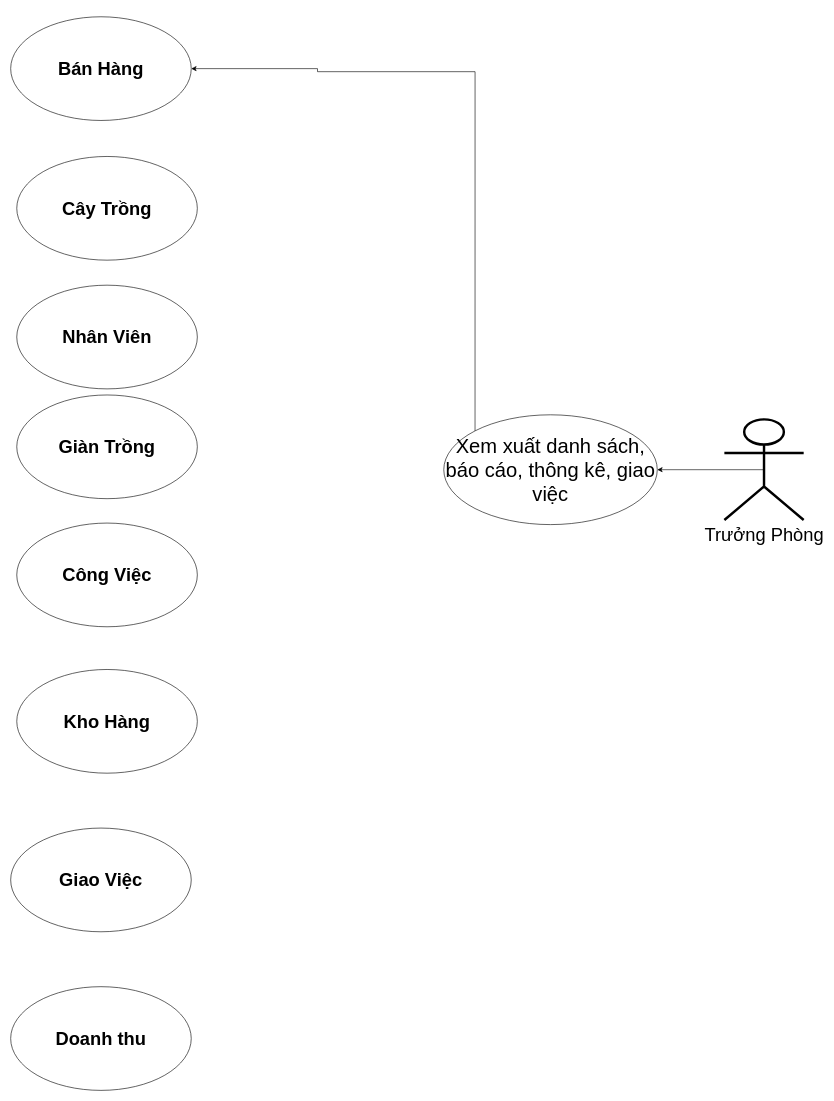
The draw.io diagram page "Trưởng Phòng" (4 of 4) of FarmSys/Document_nhom1/UserCase_FarmSys_Nhom1.drawio in chunn24/Duan1, before the edit. Source tidied: cells renumbered, new cells numbered last; positions are measured from the earlier drawing's top-left corner, leaving out a move shared by most shapes. Both pictures are drawn from the tidied source at 61%, with x=0, y=0 at pixel (10, 16).
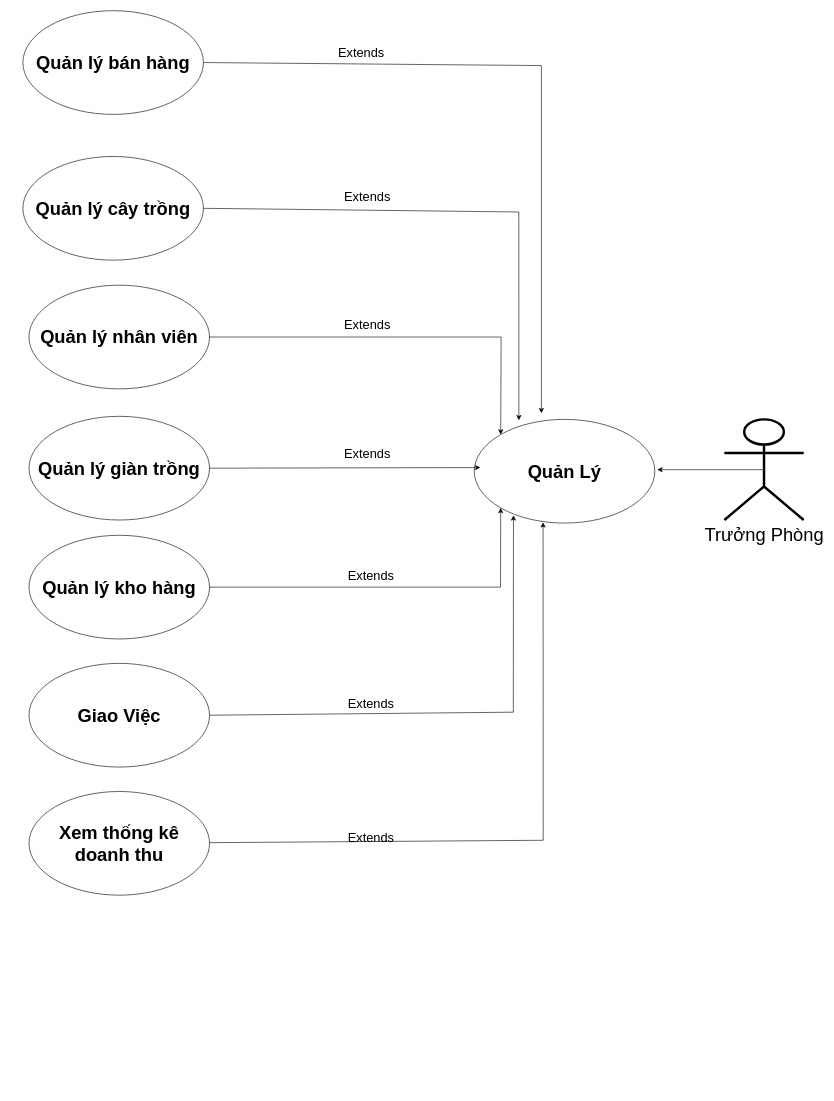
Above is the later version.

The change refers to these unchanged cells:
```xml
<mxCell id="3" value="&lt;font style=&quot;font-size: 30px&quot;&gt;Trưởng Phòng&lt;/font&gt;" style="shape=umlActor;verticalLabelPosition=bottom;verticalAlign=top;html=1;outlineConnect=0;strokeWidth=4;" parent="1" vertex="1">
  <mxGeometry x="1170" y="660" width="130" height="165" as="geometry" />
</mxCell>
```

Diff of the diagram source:
```diff
@@
-    <mxCell id="2" style="edgeStyle=orthogonalEdgeStyle;rounded=0;jettySize=auto;html=1;exitX=0.5;exitY=0.5;exitDx=0;exitDy=0;exitPerimeter=0;entryX=1;entryY=0.5;entryDx=0;entryDy=0;" parent="1" edge="1" source="3" target="13">
-      <mxGeometry relative="1" as="geometry" />
+    <mxCell id="2" style="edgeStyle=orthogonalEdgeStyle;rounded=0;jettySize=auto;html=1;exitX=0.5;exitY=0.5;exitDx=0;exitDy=0;exitPerimeter=0;entryX=1;entryY=0.5;entryDx=0;entryDy=0;" parent="1" edge="1" source="3">
+      <mxGeometry relative="1" as="geometry">
+        <mxPoint x="1060" y="742.5" as="targetPoint" />
+      </mxGeometry>
     </mxCell>
@@
-    <mxCell id="4" value="Bán Hàng" style="ellipse;whiteSpace=wrap;html=1;fontSize=30;fontStyle=1;" parent="1" vertex="1">
-      <mxGeometry width="296" height="170" as="geometry" />
+    <mxCell id="4" value="Quản lý bán hàng" style="ellipse;whiteSpace=wrap;html=1;fontSize=30;fontStyle=1;" parent="1" vertex="1">
+      <mxGeometry x="20" y="-10" width="296" height="170" as="geometry" />
     </mxCell>
-    <mxCell id="5" value="Doanh thu" style="ellipse;whiteSpace=wrap;html=1;fontSize=30;fontStyle=1;" parent="1" vertex="1">
-      <mxGeometry y="1590" width="296" height="170" as="geometry" />
+    <mxCell id="5" value="Xem thống kê doanh thu" style="ellipse;whiteSpace=wrap;html=1;fontSize=30;fontStyle=1;" parent="1" vertex="1">
+      <mxGeometry x="30" y="1270" width="296" height="170" as="geometry" />
     </mxCell>
     <mxCell id="6" value="Giao Việc" style="ellipse;whiteSpace=wrap;html=1;fontSize=30;fontStyle=1;" parent="1" vertex="1">
-      <mxGeometry y="1330" width="296" height="170" as="geometry" />
+      <mxGeometry x="30" y="1060" width="296" height="170" as="geometry" />
     </mxCell>
-    <mxCell id="7" value="Kho Hàng" style="ellipse;whiteSpace=wrap;html=1;fontSize=30;fontStyle=1;" parent="1" vertex="1">
-      <mxGeometry x="10" y="1070" width="296" height="170" as="geometry" />
+    <mxCell id="7" value="Quản lý kho hàng" style="ellipse;whiteSpace=wrap;html=1;fontSize=30;fontStyle=1;" parent="1" vertex="1">
+      <mxGeometry x="30" y="850" width="296" height="170" as="geometry" />
     </mxCell>
-    <mxCell id="8" value="Công Việc" style="ellipse;whiteSpace=wrap;html=1;fontSize=30;fontStyle=1;" parent="1" vertex="1">
-      <mxGeometry x="10" y="830" width="296" height="170" as="geometry" />
-    </mxCell>
-    <mxCell id="9" value="Giàn Trồng" style="ellipse;whiteSpace=wrap;html=1;fontSize=30;fontStyle=1;" parent="1" vertex="1">
-      <mxGeometry x="10" y="620" width="296" height="170" as="geometry" />
+    <mxCell id="9" value="Quản lý giàn trồng" style="ellipse;whiteSpace=wrap;html=1;fontSize=30;fontStyle=1;" parent="1" vertex="1">
+      <mxGeometry x="30" y="655" width="296" height="170" as="geometry" />
     </mxCell>
-    <mxCell id="10" value="Cây Trồng" style="ellipse;whiteSpace=wrap;html=1;fontSize=30;fontStyle=1;" parent="1" vertex="1">
-      <mxGeometry x="10" y="229" width="296" height="170" as="geometry" />
+    <mxCell id="10" value="Quản lý cây trồng" style="ellipse;whiteSpace=wrap;html=1;fontSize=30;fontStyle=1;" parent="1" vertex="1">
+      <mxGeometry x="20" y="229" width="296" height="170" as="geometry" />
     </mxCell>
-    <mxCell id="11" value="Nhân Viên" style="ellipse;whiteSpace=wrap;html=1;fontSize=30;fontStyle=1;" parent="1" vertex="1">
-      <mxGeometry x="10" y="440" width="296" height="170" as="geometry" />
+    <mxCell id="11" value="Quản lý nhân viên" style="ellipse;whiteSpace=wrap;html=1;fontSize=30;fontStyle=1;" parent="1" vertex="1">
+      <mxGeometry x="30" y="440" width="296" height="170" as="geometry" />
     </mxCell>
-    <mxCell id="12" style="edgeStyle=orthogonalEdgeStyle;rounded=0;jettySize=auto;html=1;exitX=0;exitY=0;exitDx=0;exitDy=0;entryX=1;entryY=0.5;entryDx=0;entryDy=0;" parent="1" edge="1" source="13" target="4">
-      <mxGeometry relative="1" as="geometry">
-        <Array as="points">
-          <mxPoint x="761" y="90" />
-          <mxPoint x="503" y="90" />
-          <mxPoint x="503" y="85" />
-        </Array>
-      </mxGeometry>
-    </mxCell>
-    <mxCell id="13" value="&lt;font style=&quot;font-size: 33px&quot;&gt;Xem xuất danh sách, báo cáo, thông kê, giao việc&lt;/font&gt;" style="ellipse;whiteSpace=wrap;html=1;" parent="1" vertex="1">
-      <mxGeometry x="710" y="652.5" width="350" height="180" as="geometry" />
-    </mxCell>
+    <mxCell id="14" value="Quản Lý" style="ellipse;whiteSpace=wrap;html=1;fontSize=30;fontStyle=1;" parent="1" vertex="1">
+      <mxGeometry x="760" y="660" width="296" height="170" as="geometry" />
+    </mxCell>
+    <mxCell id="15" style="endArrow=classic;html=1;rounded=0;exitX=1;exitY=0.5;exitDx=0;exitDy=0;" parent="1" edge="1" source="4">
+      <mxGeometry relative="1" as="geometry">
+        <mxPoint x="870" y="650" as="targetPoint" />
+        <Array as="points">
+          <mxPoint x="870" y="80" />
+        </Array>
+      </mxGeometry>
+    </mxCell>
+    <mxCell id="16" style="endArrow=classic;html=1;rounded=0;entryX=0.247;entryY=0.009;entryDx=0;entryDy=0;entryPerimeter=0;exitX=1;exitY=0.5;exitDx=0;exitDy=0;" parent="1" edge="1" source="10" target="14">
+      <mxGeometry relative="1" as="geometry">
+        <Array as="points">
+          <mxPoint x="833" y="320" />
+        </Array>
+      </mxGeometry>
+    </mxCell>
+    <mxCell id="17" style="endArrow=classic;html=1;rounded=0;entryX=0;entryY=0;entryDx=0;entryDy=0;exitX=1;exitY=0.5;exitDx=0;exitDy=0;" parent="1" edge="1" source="11" target="14">
+      <mxGeometry relative="1" as="geometry">
+        <Array as="points">
+          <mxPoint x="804" y="525" />
+        </Array>
+      </mxGeometry>
+    </mxCell>
+    <mxCell id="18" style="endArrow=classic;html=1;rounded=0;exitX=1;exitY=0.5;exitDx=0;exitDy=0;" parent="1" edge="1" source="9">
+      <mxGeometry relative="1" as="geometry">
+        <mxPoint x="770" y="739" as="targetPoint" />
+      </mxGeometry>
+    </mxCell>
+    <mxCell id="19" style="endArrow=classic;html=1;rounded=0;entryX=0;entryY=1;entryDx=0;entryDy=0;exitX=1;exitY=0.5;exitDx=0;exitDy=0;" parent="1" edge="1" source="7" target="14">
+      <mxGeometry relative="1" as="geometry">
+        <Array as="points">
+          <mxPoint x="803" y="935" />
+        </Array>
+      </mxGeometry>
+    </mxCell>
+    <mxCell id="20" style="endArrow=classic;html=1;rounded=0;exitX=1;exitY=0.5;exitDx=0;exitDy=0;entryX=0.217;entryY=0.925;entryDx=0;entryDy=0;entryPerimeter=0;" parent="1" edge="1" source="6" target="14">
+      <mxGeometry relative="1" as="geometry">
+        <Array as="points">
+          <mxPoint x="824" y="1140" />
+        </Array>
+      </mxGeometry>
+    </mxCell>
+    <mxCell id="21" style="endArrow=classic;html=1;rounded=0;entryX=0.381;entryY=0.992;entryDx=0;entryDy=0;entryPerimeter=0;" parent="1" edge="1" source="5" target="14">
+      <mxGeometry relative="1" as="geometry">
+        <Array as="points">
+          <mxPoint x="873" y="1350" />
+        </Array>
+      </mxGeometry>
+    </mxCell>
+    <mxCell id="22" value="&lt;font style=&quot;font-size: 21px&quot;&gt;Extends&lt;/font&gt;" style="text;html=1;strokeColor=none;fillColor=none;align=center;verticalAlign=middle;whiteSpace=wrap;rounded=0;" parent="1" vertex="1">
+      <mxGeometry x="440" y="44" width="270" height="30" as="geometry" />
+    </mxCell>
+    <mxCell id="23" value="&lt;font style=&quot;font-size: 21px&quot;&gt;Extends&lt;/font&gt;" style="text;html=1;strokeColor=none;fillColor=none;align=center;verticalAlign=middle;whiteSpace=wrap;rounded=0;" parent="1" vertex="1">
+      <mxGeometry x="450" y="280" width="270" height="30" as="geometry" />
+    </mxCell>
+    <mxCell id="24" value="&lt;font style=&quot;font-size: 21px&quot;&gt;Extends&lt;/font&gt;" style="text;html=1;strokeColor=none;fillColor=none;align=center;verticalAlign=middle;whiteSpace=wrap;rounded=0;" parent="1" vertex="1">
+      <mxGeometry x="450" y="490" width="270" height="30" as="geometry" />
+    </mxCell>
+    <mxCell id="25" value="&lt;font style=&quot;font-size: 21px&quot;&gt;Extends&lt;/font&gt;" style="text;html=1;strokeColor=none;fillColor=none;align=center;verticalAlign=middle;whiteSpace=wrap;rounded=0;" parent="1" vertex="1">
+      <mxGeometry x="450" y="700" width="270" height="30" as="geometry" />
+    </mxCell>
+    <mxCell id="26" value="&lt;font style=&quot;font-size: 21px&quot;&gt;Extends&lt;/font&gt;" style="text;html=1;strokeColor=none;fillColor=none;align=center;verticalAlign=middle;whiteSpace=wrap;rounded=0;" parent="1" vertex="1">
+      <mxGeometry x="456" y="900" width="270" height="30" as="geometry" />
+    </mxCell>
+    <mxCell id="27" value="&lt;font style=&quot;font-size: 21px&quot;&gt;Extends&lt;/font&gt;" style="text;html=1;strokeColor=none;fillColor=none;align=center;verticalAlign=middle;whiteSpace=wrap;rounded=0;" parent="1" vertex="1">
+      <mxGeometry x="456" y="1110" width="270" height="30" as="geometry" />
+    </mxCell>
+    <mxCell id="28" value="&lt;font style=&quot;font-size: 21px&quot;&gt;Extends&lt;/font&gt;" style="text;html=1;strokeColor=none;fillColor=none;align=center;verticalAlign=middle;whiteSpace=wrap;rounded=0;" parent="1" vertex="1">
+      <mxGeometry x="456" y="1330" width="270" height="30" as="geometry" />
+    </mxCell>
+    <mxCell id="29" style="edgeStyle=orthogonalEdgeStyle;rounded=0;orthogonalLoop=1;jettySize=auto;html=1;exitX=0.5;exitY=1;exitDx=0;exitDy=0;" parent="1" edge="1" source="7" target="7">
+      <mxGeometry relative="1" as="geometry" />
+    </mxCell>
```
